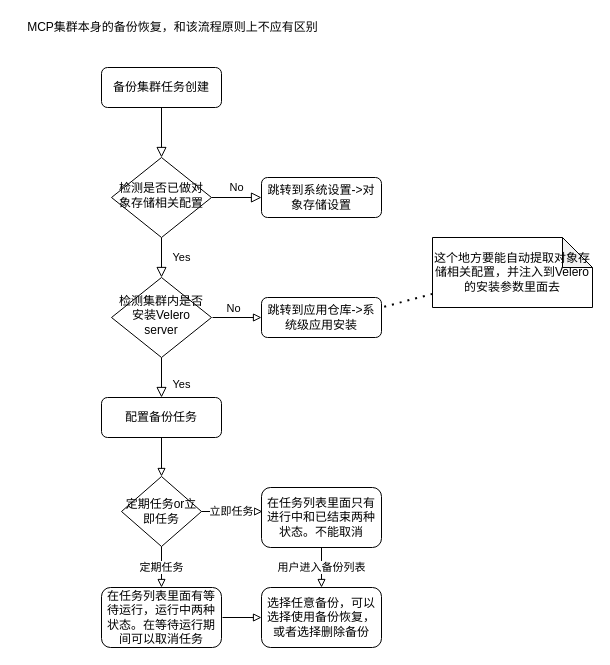
Before: 集群备份恢复流程图.drawio in MingZhang-YBPS/MCP-draw.io, a draw.io diagram. Source tidied: cells renumbered, new cells numbered last; positions are measured from the earlier drawing's top-left corner, leaving out a move shared by most shapes. Both pictures are drawn from the tidied source at 100%, with x=0, y=0 at pixel (17, 17).
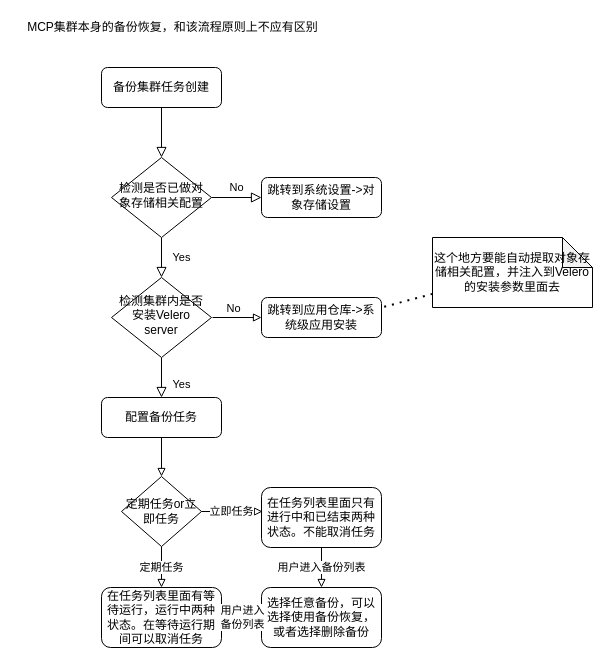
The same page after the edit.

Commit message:
Update 集群备份恢复流程图.drawio

The change refers to these unchanged cells:
```xml
<mxCell id="23" value="选择任意备份，可以选择使用备份恢复，或者选择删除备份" style="rounded=1;whiteSpace=wrap;html=1;" parent="1" vertex="1">
  <mxGeometry x="244" y="570" width="120" height="60" as="geometry" />
</mxCell>
```

What changed in the source:
```diff
@@
-    <mxCell id="19" value="在任务列表里面只有进行中和已结束两种状态。不能取消" style="rounded=1;whiteSpace=wrap;html=1;" parent="1" vertex="1">
+    <mxCell id="19" value="在任务列表里面只有进行中和已结束两种状态。不能取消任务" style="rounded=1;whiteSpace=wrap;html=1;" parent="1" vertex="1">
       <mxGeometry x="244" y="470" width="120" height="60" as="geometry" />
     </mxCell>
@@
-    <mxCell id="24" style="endArrow=block;html=1;entryX=0;entryY=0.5;entryDx=0;entryDy=0;endFill=0;" parent="1" edge="1" target="23">
+    <mxCell id="24" value="用户进入&lt;br&gt;备份列表" style="endArrow=block;html=1;entryX=0;entryY=0.5;entryDx=0;entryDy=0;endFill=0;" parent="1" edge="1" target="23">
       <mxGeometry relative="1" as="geometry">
         <mxPoint x="205" y="600" as="sourcePoint" />
       </mxGeometry>
     </mxCell>
```
